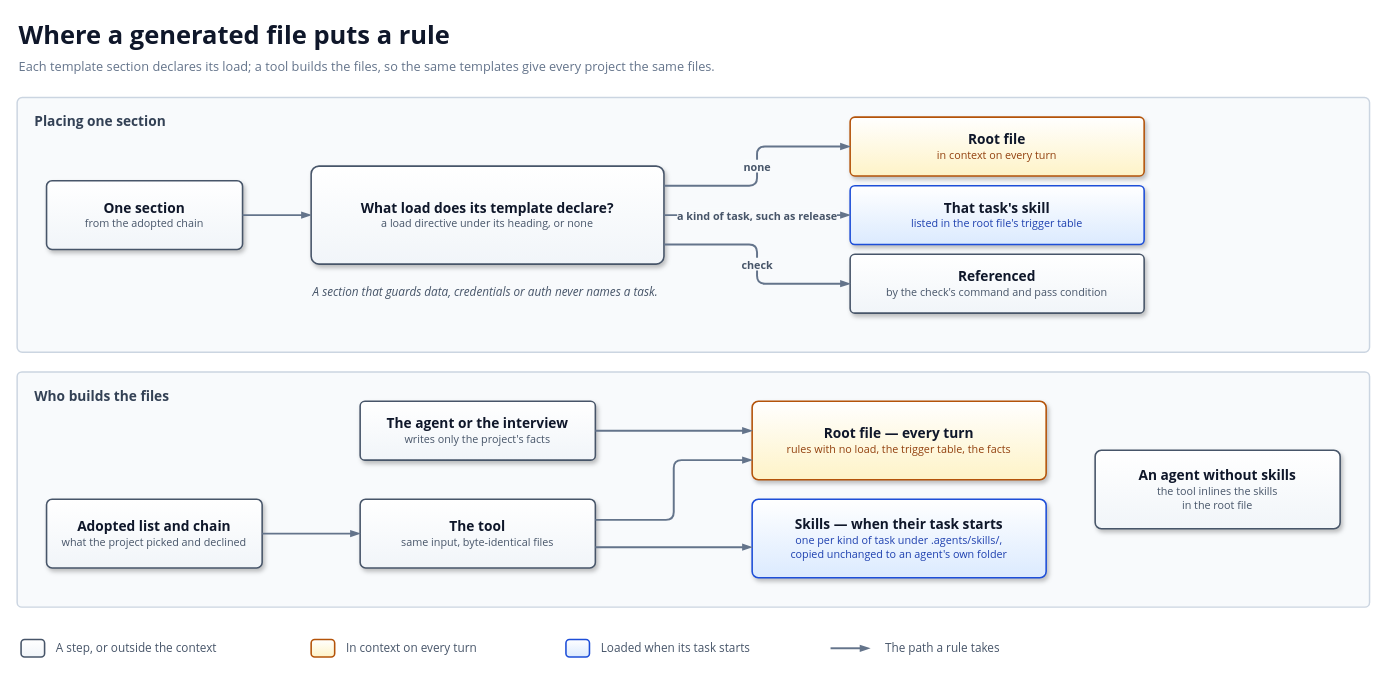
Above: docs/diagrams/task-skills.drawio in solid-ai-dev/solid-ai-templates (draw.io), before the change. Source tidied: cells renumbered, new cells numbered last; positions are measured from the earlier drawing's top-left corner, leaving out a move shared by most shapes. Both pictures are drawn from the tidied source at 98%, with x=0, y=0 at pixel (17, 17).
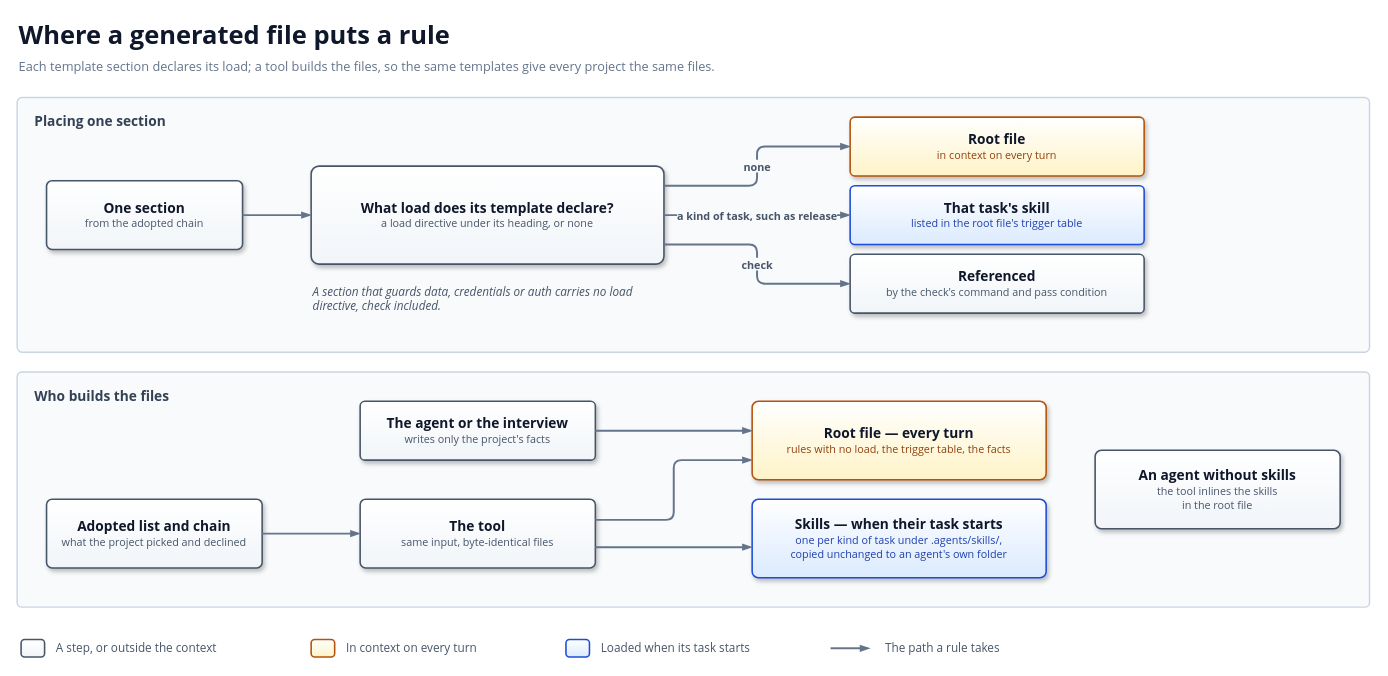
After the change.

Commit message (it also covers changes not shown here):
docs(adr): keep security sections out of check loading too

Part of #2376.

Claude-Session: https://claude.ai/code/session_01ECc81raGyKRf6DntJhY7hW

Diff of the diagram source:
```diff
@@
-    <mxCell id="7" value="A section that guards data, credentials or auth never names a task." style="text;html=1;whiteSpace=wrap;strokeColor=none;fillColor=none;align=left;fontFamily=Segoe UI;verticalAlign=top;fontSize=12;fontColor=#475569;fontStyle=2;" parent="1" vertex="1">
+    <mxCell id="7" value="A section that guards data, credentials or auth carries no load directive, check included." style="text;html=1;whiteSpace=wrap;strokeColor=none;fillColor=none;align=left;fontFamily=Segoe UI;verticalAlign=top;fontSize=12;fontColor=#475569;fontStyle=2;" parent="1" vertex="1">
       <mxGeometry x="300" y="267" width="360" height="40" as="geometry" />
     </mxCell>
```
